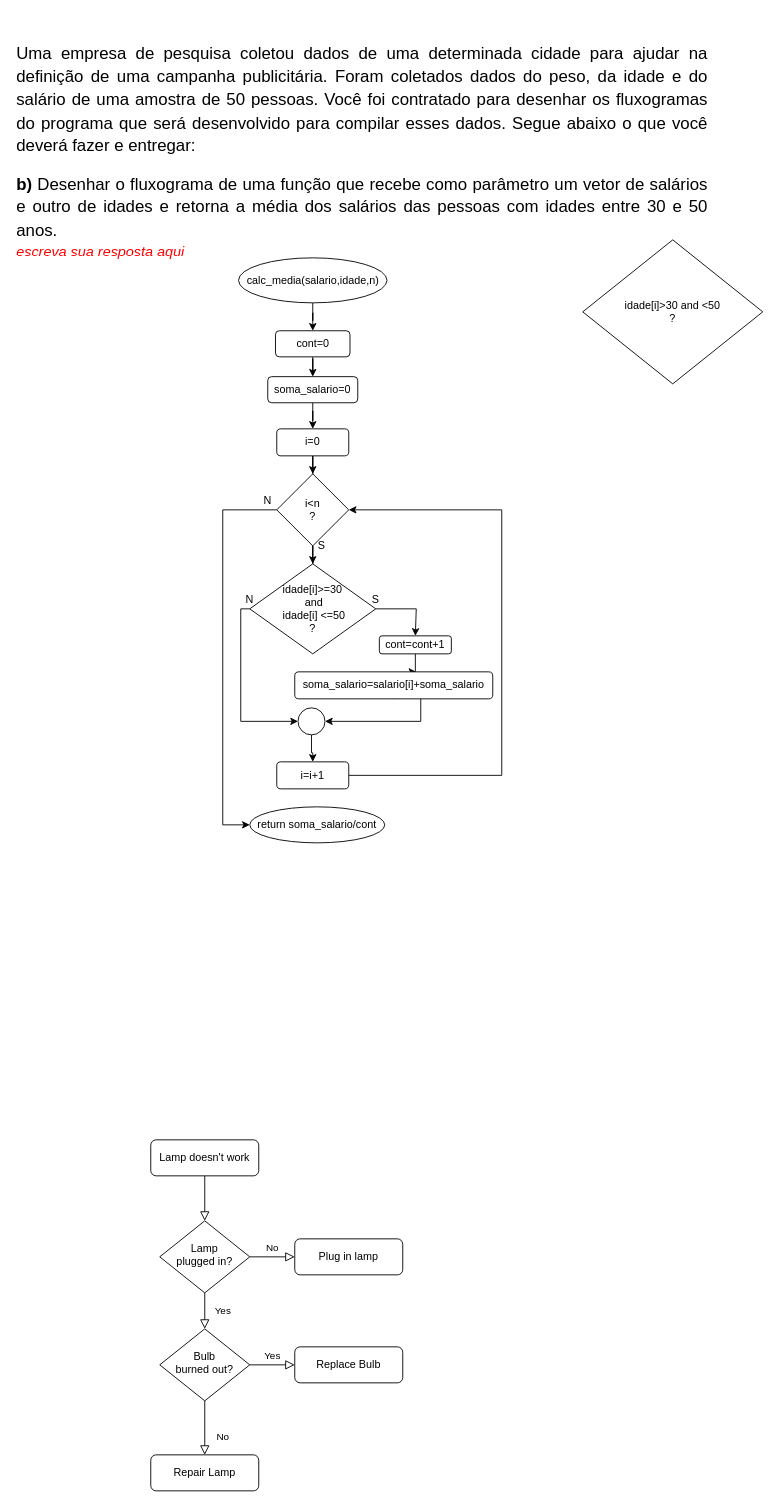
The draw.io diagram Untitled Diagram.drawio in EdsonGoncalvesJunior/Par-ou-mpar---Python3, before the edit. Source tidied: cells renumbered, new cells numbered last; positions are measured from the earlier drawing's top-left corner, leaving out a move shared by most shapes. Both pictures are drawn from the tidied source at 90%, with x=0, y=0 at pixel (15, 23).
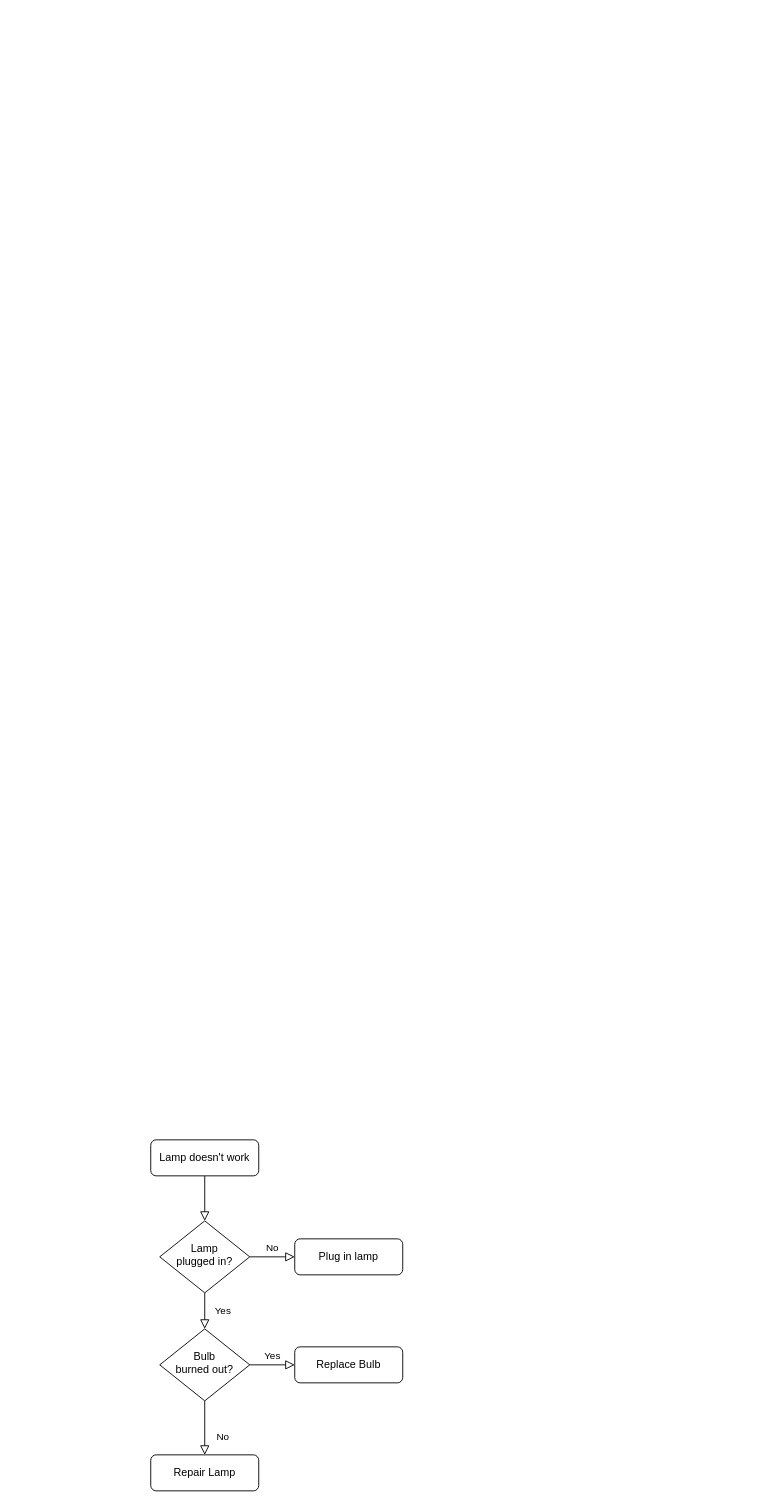
The same page after the edit.

What changed in the source:
```diff
@@
-    <mxCell id="13" value="&lt;br&gt;&lt;br&gt;&lt;b style=&quot;font-weight: normal&quot; id=&quot;docs-internal-guid-f367e695-7fff-05dd-d407-37b9cecacf52&quot;&gt;&lt;p dir=&quot;ltr&quot; style=&quot;line-height: 1.38 ; text-align: justify ; margin-top: 0pt ; margin-bottom: 0pt&quot;&gt;&lt;span style=&quot;font-size: 14pt ; font-family: &amp;#34;calibri&amp;#34; , sans-serif ; color: rgb(0 , 0 , 0) ; background-color: transparent ; font-weight: 400 ; font-style: normal ; font-variant: normal ; text-decoration: none ; vertical-align: baseline&quot;&gt;Uma empresa de pesquisa coletou dados de uma determinada cidade para ajudar na definição de uma campanha publicitária. Foram coletados dados do peso, da idade e do salário de uma amostra de 50 pessoas. Você foi contratado para desenhar os fluxogramas do programa que será desenvolvido para compilar esses dados. Segue abaixo o que você deverá fazer e entregar:&lt;/span&gt;&lt;/p&gt;&lt;p dir=&quot;ltr&quot; style=&quot;line-height: 1.38 ; text-align: justify ; margin-top: 0pt ; margin-bottom: 0pt&quot;&gt;&lt;br&gt;&lt;/p&gt;&lt;p dir=&quot;ltr&quot; style=&quot;line-height: 1.38 ; text-align: justify ; margin-top: 0pt ; margin-bottom: 0pt&quot;&gt;&lt;span style=&quot;font-size: 14pt ; font-family: &amp;#34;calibri&amp;#34; , sans-serif ; color: rgb(0 , 0 , 0) ; background-color: transparent ; font-weight: 700 ; font-style: normal ; font-variant: normal ; text-decoration: none ; vertical-align: baseline&quot;&gt;b) &lt;/span&gt;&lt;span style=&quot;font-size: 14pt ; font-family: &amp;#34;calibri&amp;#34; , sans-serif ; color: rgb(0 , 0 , 0) ; background-color: transparent ; font-weight: 400 ; font-style: normal ; font-variant: normal ; text-decoration: none ; vertical-align: baseline&quot;&gt;Desenhar o fluxograma de uma função que recebe como parâmetro um vetor de salários e outro de idades e retorna a média dos salários das pessoas com idades entre 30 e 50 anos.&lt;/span&gt;&lt;/p&gt;&lt;p dir=&quot;ltr&quot; style=&quot;line-height: 1.38 ; text-align: justify ; margin-top: 0pt ; margin-bottom: 0pt&quot;&gt;&lt;span style=&quot;font-size: 12pt ; font-family: &amp;#34;calibri&amp;#34; , sans-serif ; color: rgb(255 , 0 , 0) ; background-color: transparent ; font-weight: 400 ; font-style: italic ; font-variant: normal ; text-decoration: none ; vertical-align: baseline&quot;&gt;&lt;span id=&quot;docs-internal-guid-d81f11be-7fff-fd33-b6b5-8922388f3a95&quot;&gt;&lt;/span&gt;&lt;/span&gt;&lt;/p&gt;&lt;p dir=&quot;ltr&quot; style=&quot;line-height: 1.38 ; text-align: justify ; margin-top: 0pt ; margin-bottom: 0pt&quot;&gt;&lt;span style=&quot;font-size: 12pt ; font-family: &amp;#34;calibri&amp;#34; , sans-serif ; color: rgb(255 , 0 , 0) ; background-color: transparent ; font-weight: 400 ; font-style: italic ; font-variant: normal ; text-decoration: none ; vertical-align: baseline&quot;&gt;escreva sua resposta aqui&lt;/span&gt;&lt;/p&gt;&lt;/b&gt;&lt;br class=&quot;Apple-interchange-newline&quot;&gt;" style="text;html=1;strokeColor=none;fillColor=none;align=center;verticalAlign=middle;whiteSpace=wrap;rounded=0;" parent="1" vertex="1">
-      <mxGeometry width="770" height="270" as="geometry" />
-    </mxCell>
-    <mxCell id="14" style="edgeStyle=orthogonalEdgeStyle;rounded=0;jettySize=auto;html=1;entryX=0.5;entryY=0;entryDx=0;entryDy=0;" parent="1" edge="1" source="15" target="32">
-      <mxGeometry relative="1" as="geometry" />
-    </mxCell>
-    <mxCell id="15" value="calc_media(salario,idade,n)" style="ellipse;whiteSpace=wrap;html=1;" parent="1" vertex="1">
-      <mxGeometry x="247.5" y="260" width="165" height="50" as="geometry" />
-    </mxCell>
-    <mxCell id="16" style="edgeStyle=orthogonalEdgeStyle;rounded=0;jettySize=auto;html=1;entryX=0.5;entryY=0;entryDx=0;entryDy=0;" parent="1" edge="1" source="17" target="23">
-      <mxGeometry relative="1" as="geometry" />
-    </mxCell>
-    <mxCell id="17" value="i=0" style="rounded=1;whiteSpace=wrap;html=1;" parent="1" vertex="1">
-      <mxGeometry x="290" y="450" width="80" height="30" as="geometry" />
-    </mxCell>
-    <mxCell id="18" style="edgeStyle=orthogonalEdgeStyle;rounded=0;jettySize=auto;html=1;entryX=0.5;entryY=0;entryDx=0;entryDy=0;" parent="1" edge="1" source="19" target="17">
-      <mxGeometry relative="1" as="geometry" />
-    </mxCell>
-    <mxCell id="19" value="soma_salario=0" style="rounded=1;whiteSpace=wrap;html=1;" parent="1" vertex="1">
-      <mxGeometry x="280" y="392" width="100" height="29" as="geometry" />
-    </mxCell>
-    <mxCell id="20" value="return soma_salario/cont" style="ellipse;whiteSpace=wrap;html=1;" parent="1" vertex="1">
-      <mxGeometry x="260" y="870" width="150" height="40" as="geometry" />
-    </mxCell>
-    <mxCell id="21" style="edgeStyle=orthogonalEdgeStyle;rounded=0;jettySize=auto;html=1;entryX=0.5;entryY=0;entryDx=0;entryDy=0;" parent="1" edge="1" source="23" target="28">
-      <mxGeometry relative="1" as="geometry" />
-    </mxCell>
-    <mxCell id="22" style="edgeStyle=orthogonalEdgeStyle;rounded=0;jettySize=auto;html=1;entryX=0;entryY=0.5;entryDx=0;entryDy=0;" parent="1" edge="1" source="23" target="20">
-      <mxGeometry relative="1" as="geometry">
-        <Array as="points">
-          <mxPoint x="230" y="540" />
-          <mxPoint x="230" y="890" />
-        </Array>
-      </mxGeometry>
-    </mxCell>
-    <mxCell id="23" value="i&amp;lt;n&lt;br&gt;?" style="rhombus;whiteSpace=wrap;html=1;" parent="1" vertex="1">
-      <mxGeometry x="290" y="500" width="80" height="80" as="geometry" />
-    </mxCell>
-    <mxCell id="24" style="edgeStyle=orthogonalEdgeStyle;rounded=0;jettySize=auto;html=1;entryX=1;entryY=0.5;entryDx=0;entryDy=0;" parent="1" edge="1" source="25" target="23">
-      <mxGeometry relative="1" as="geometry">
-        <Array as="points">
-          <mxPoint x="540" y="835" />
-          <mxPoint x="540" y="540" />
-        </Array>
-      </mxGeometry>
-    </mxCell>
-    <mxCell id="25" value="i=i+1" style="rounded=1;whiteSpace=wrap;html=1;" parent="1" vertex="1">
-      <mxGeometry x="290" y="820" width="80" height="30" as="geometry" />
-    </mxCell>
-    <mxCell id="26" style="edgeStyle=orthogonalEdgeStyle;rounded=0;jettySize=auto;html=1;entryX=0.5;entryY=0;entryDx=0;entryDy=0;" parent="1" edge="1" source="28" target="30">
-      <mxGeometry relative="1" as="geometry">
-        <Array as="points">
-          <mxPoint x="445" y="650" />
-        </Array>
-      </mxGeometry>
-    </mxCell>
-    <mxCell id="27" style="edgeStyle=orthogonalEdgeStyle;rounded=0;jettySize=auto;html=1;entryX=0;entryY=0.5;entryDx=0;entryDy=0;" parent="1" edge="1" source="28" target="36">
-      <mxGeometry relative="1" as="geometry">
-        <Array as="points">
-          <mxPoint x="250" y="650" />
-          <mxPoint x="250" y="775" />
-        </Array>
-      </mxGeometry>
-    </mxCell>
-    <mxCell id="28" value="idade[i]&amp;gt;=30&lt;br&gt;&amp;nbsp;and&lt;br&gt;&amp;nbsp;idade[i]&amp;nbsp;&amp;lt;=50&lt;br&gt;?" style="rhombus;whiteSpace=wrap;html=1;" parent="1" vertex="1">
-      <mxGeometry x="260" y="600" width="140" height="100" as="geometry" />
-    </mxCell>
-    <mxCell id="29" style="edgeStyle=orthogonalEdgeStyle;rounded=0;jettySize=auto;html=1;entryX=0.614;entryY=0.033;entryDx=0;entryDy=0;entryPerimeter=0;" parent="1" edge="1" source="30" target="34">
-      <mxGeometry relative="1" as="geometry" />
-    </mxCell>
-    <mxCell id="30" value="cont=cont+1" style="rounded=1;whiteSpace=wrap;html=1;" parent="1" vertex="1">
-      <mxGeometry x="404" y="680" width="80" height="20" as="geometry" />
-    </mxCell>
-    <mxCell id="31" style="edgeStyle=orthogonalEdgeStyle;rounded=0;jettySize=auto;html=1;" parent="1" edge="1" source="32" target="19">
-      <mxGeometry relative="1" as="geometry" />
-    </mxCell>
-    <mxCell id="32" value="cont=0" style="rounded=1;whiteSpace=wrap;html=1;" parent="1" vertex="1">
-      <mxGeometry x="288.6" y="341" width="82.8" height="29" as="geometry" />
-    </mxCell>
-    <mxCell id="33" style="edgeStyle=orthogonalEdgeStyle;rounded=0;jettySize=auto;html=1;entryX=1;entryY=0.5;entryDx=0;entryDy=0;exitX=0.5;exitY=1;exitDx=0;exitDy=0;" parent="1" edge="1" source="34" target="36">
-      <mxGeometry relative="1" as="geometry">
-        <Array as="points">
-          <mxPoint x="450" y="740" />
-          <mxPoint x="450" y="775" />
-        </Array>
-      </mxGeometry>
-    </mxCell>
-    <mxCell id="34" value="soma_salario=salario[i]+soma_salario" style="rounded=1;whiteSpace=wrap;html=1;" parent="1" vertex="1">
-      <mxGeometry x="310" y="720" width="220" height="30" as="geometry" />
-    </mxCell>
-    <mxCell id="35" style="edgeStyle=orthogonalEdgeStyle;rounded=0;jettySize=auto;html=1;entryX=0.5;entryY=0;entryDx=0;entryDy=0;" parent="1" edge="1" source="36" target="25">
-      <mxGeometry relative="1" as="geometry" />
-    </mxCell>
-    <mxCell id="36" style="ellipse;whiteSpace=wrap;html=1;" parent="1" vertex="1">
-      <mxGeometry x="313.6" y="760" width="30" height="30" as="geometry" />
-    </mxCell>
-    <mxCell id="37" value="S" style="text;html=1;strokeColor=none;fillColor=none;align=center;verticalAlign=middle;whiteSpace=wrap;rounded=0;" parent="1" vertex="1">
-      <mxGeometry x="320" y="570" width="40" height="20" as="geometry" />
-    </mxCell>
-    <mxCell id="38" value="S" style="text;html=1;strokeColor=none;fillColor=none;align=center;verticalAlign=middle;whiteSpace=wrap;rounded=0;" parent="1" vertex="1">
-      <mxGeometry x="380" y="630" width="40" height="20" as="geometry" />
-    </mxCell>
-    <mxCell id="39" value="N" style="text;html=1;strokeColor=none;fillColor=none;align=center;verticalAlign=middle;whiteSpace=wrap;rounded=0;" parent="1" vertex="1">
-      <mxGeometry x="240" y="630" width="40" height="20" as="geometry" />
-    </mxCell>
-    <mxCell id="40" value="N" style="text;html=1;strokeColor=none;fillColor=none;align=center;verticalAlign=middle;whiteSpace=wrap;rounded=0;" parent="1" vertex="1">
-      <mxGeometry x="260" y="520" width="40" height="20" as="geometry" />
-    </mxCell>
-    <mxCell id="41" value="idade[i]&amp;gt;30 and &amp;lt;50&lt;br&gt;?" style="rhombus;whiteSpace=wrap;html=1;" parent="1" vertex="1">
-      <mxGeometry x="630" y="240" width="200" height="160" as="geometry" />
-    </mxCell>
```
